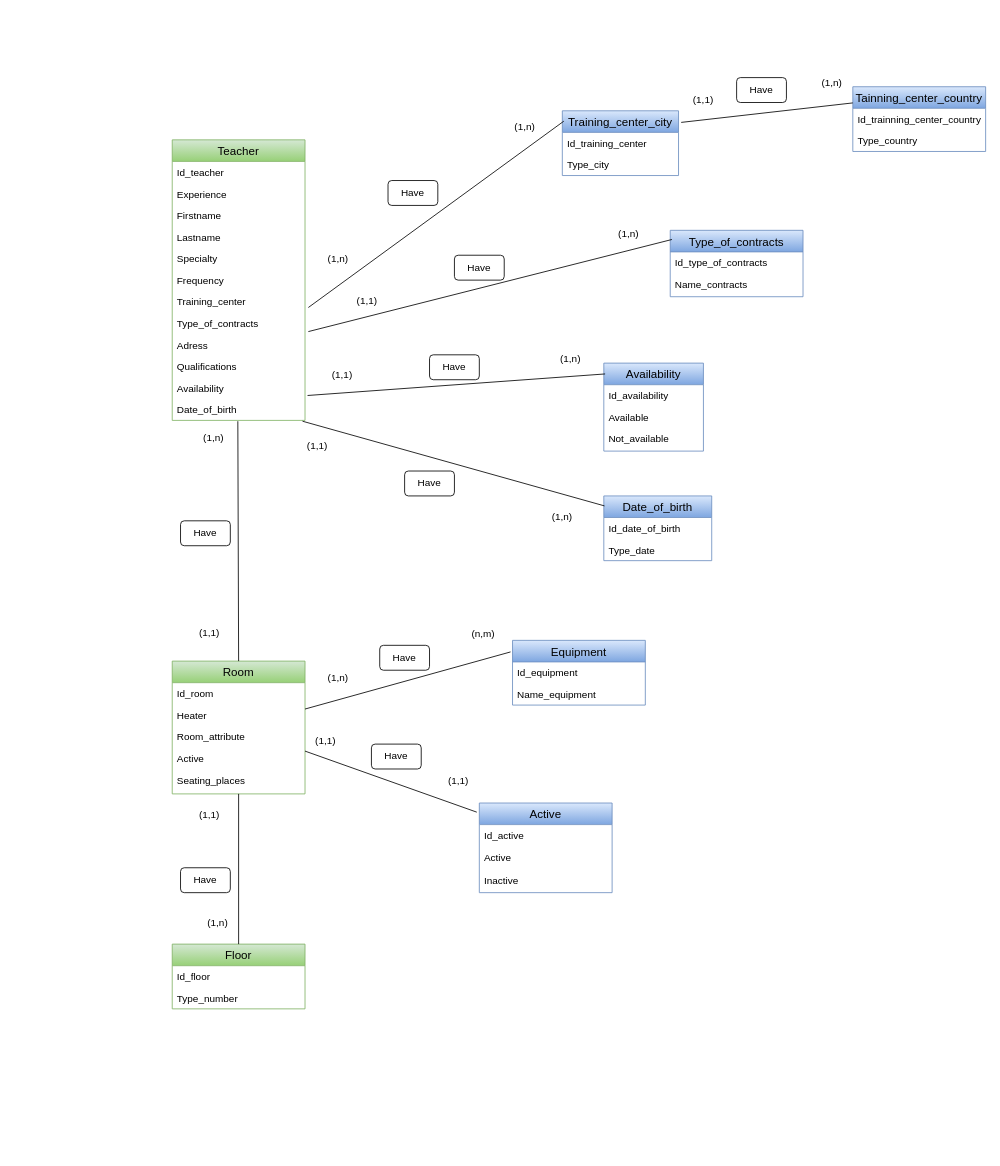
Before: MySQL/Introduction SQL.drawio in Barrkevin/GithubKevin, a draw.io diagram. Source tidied: cells renumbered, new cells numbered last; positions are measured from the earlier drawing's top-left corner, leaving out a move shared by most shapes. Both pictures are drawn from the tidied source at 83%, with x=0, y=0 at pixel (172, 72).
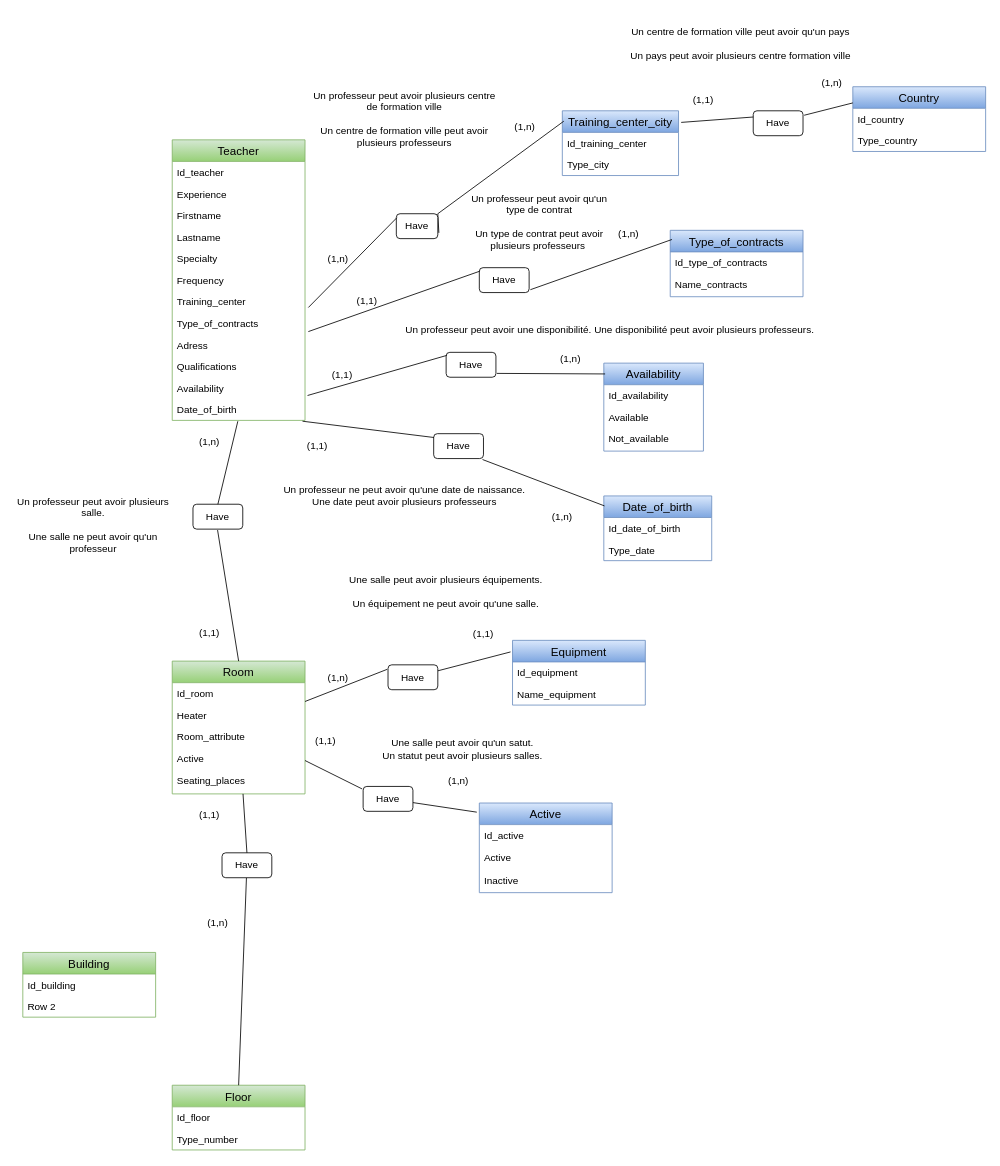
The same diagram, later.

The change refers to these unchanged cells:
```xml
<mxCell id="2" value="Equipment" style="swimlane;fontStyle=0;horizontal=1;startSize=26;fillColor=#dae8fc;swimlaneFillColor=#ffffff;align=center;fontSize=14;strokeColor=#6c8ebf;gradientColor=#7ea6e0;" parent="1" vertex="1">
  <mxGeometry x="410" y="684" width="160" height="78" as="geometry" />
</mxCell>
<mxCell id="5" value="Type_of_contracts" style="swimlane;fontStyle=0;horizontal=1;startSize=26;fillColor=#dae8fc;swimlaneFillColor=#ffffff;align=center;fontSize=14;strokeColor=#6c8ebf;gradientColor=#7ea6e0;" parent="1" vertex="1">
  <mxGeometry x="600" y="190" width="160" height="80" as="geometry" />
</mxCell>
<mxCell id="15" value="Training_center" style="text;strokeColor=none;fillColor=none;spacingLeft=4;spacingRight=4;overflow=hidden;points=[[0,0.5],[1,0.5]];portConstraint=eastwest;fontSize=12;" parent="8" vertex="1">
  <mxGeometry y="182" width="160" height="26" as="geometry" />
</mxCell>
<mxCell id="16" value="Type_of_contracts" style="text;strokeColor=none;fillColor=none;spacingLeft=4;spacingRight=4;overflow=hidden;points=[[0,0.5],[1,0.5]];portConstraint=eastwest;fontSize=12;" parent="8" vertex="1">
  <mxGeometry y="208" width="160" height="26" as="geometry" />
</mxCell>
<mxCell id="19" value="Availability" style="text;strokeColor=none;fillColor=none;spacingLeft=4;spacingRight=4;overflow=hidden;points=[[0,0.5],[1,0.5]];portConstraint=eastwest;fontSize=12;" parent="8" vertex="1">
  <mxGeometry y="286" width="160" height="26" as="geometry" />
</mxCell>
<mxCell id="20" value="Date_of_birth" style="text;strokeColor=none;fillColor=none;spacingLeft=4;spacingRight=4;overflow=hidden;points=[[0,0.5],[1,0.5]];portConstraint=eastwest;fontSize=12;" parent="8" vertex="1">
  <mxGeometry y="312" width="160" height="26" as="geometry" />
</mxCell>
<mxCell id="21" value="Room" style="swimlane;fontStyle=0;horizontal=1;startSize=26;fillColor=#d5e8d4;swimlaneFillColor=#ffffff;align=center;fontSize=14;gradientColor=#97d077;strokeColor=#82b366;" parent="1" vertex="1">
  <mxGeometry y="709" width="160" height="160" as="geometry" />
</mxCell>
<mxCell id="27" value="Availability" style="swimlane;fontStyle=0;horizontal=1;startSize=26;fillColor=#dae8fc;swimlaneFillColor=#ffffff;align=center;fontSize=14;strokeColor=#6c8ebf;gradientColor=#7ea6e0;" parent="1" vertex="1">
  <mxGeometry x="520" y="350" width="120" height="106" as="geometry" />
</mxCell>
<mxCell id="31" value="Training_center_city" style="swimlane;fontStyle=0;horizontal=1;startSize=26;fillColor=#dae8fc;swimlaneFillColor=#ffffff;align=center;fontSize=14;strokeColor=#6c8ebf;gradientColor=#7ea6e0;" parent="1" vertex="1">
  <mxGeometry x="470" y="46" width="140" height="78" as="geometry" />
</mxCell>
<mxCell id="34" value="Active" style="swimlane;fontStyle=0;horizontal=1;startSize=26;fillColor=#dae8fc;swimlaneFillColor=#ffffff;align=center;fontSize=14;strokeColor=#6c8ebf;gradientColor=#7ea6e0;" parent="1" vertex="1">
  <mxGeometry x="370" y="880" width="160" height="108" as="geometry" />
</mxCell>
<mxCell id="41" value="Date_of_birth" style="swimlane;fontStyle=0;horizontal=1;startSize=26;fillColor=#dae8fc;swimlaneFillColor=#ffffff;align=center;fontSize=14;gradientColor=#7ea6e0;strokeColor=#6c8ebf;" parent="1" vertex="1">
  <mxGeometry x="520" y="510" width="130" height="78" as="geometry" />
</mxCell>
```

What changed in the source:
```diff
@@
-    <mxCell id="38" value="Tainning_center_country" style="swimlane;fontStyle=0;horizontal=1;startSize=26;fillColor=#dae8fc;swimlaneFillColor=#ffffff;align=center;fontSize=14;strokeColor=#6c8ebf;gradientColor=#7ea6e0;" parent="1" vertex="1">
+    <mxCell id="38" value="Country" style="swimlane;fontStyle=0;horizontal=1;startSize=26;fillColor=#dae8fc;swimlaneFillColor=#ffffff;align=center;fontSize=14;strokeColor=#6c8ebf;gradientColor=#7ea6e0;" parent="1" vertex="1">
       <mxGeometry x="820" y="17" width="160" height="78" as="geometry" />
     </mxCell>
-    <mxCell id="39" value="Id_trainning_center_country" style="text;strokeColor=none;fillColor=none;spacingLeft=4;spacingRight=4;overflow=hidden;fontSize=12;" parent="38" vertex="1">
+    <mxCell id="39" value="Id_country" style="text;strokeColor=none;fillColor=none;spacingLeft=4;spacingRight=4;overflow=hidden;fontSize=12;" parent="38" vertex="1">
       <mxGeometry y="26" width="160" height="26" as="geometry" />
     </mxCell>
@@
-    <mxCell id="44" style="endArrow=none;html=1;rounded=0;exitX=0.981;exitY=1.038;exitDx=0;exitDy=0;exitPerimeter=0;entryX=0.006;entryY=0.154;entryDx=0;entryDy=0;entryPerimeter=0;" parent="1" edge="1" source="20" target="41">
+    <mxCell id="44" style="endArrow=none;html=1;rounded=0;exitX=0.981;exitY=1.038;exitDx=0;exitDy=0;exitPerimeter=0;entryX=0.006;entryY=0.154;entryDx=0;entryDy=0;entryPerimeter=0;" parent="1" edge="1" source="77" target="41">
       <mxGeometry relative="1" as="geometry" />
     </mxCell>
-    <mxCell id="45" style="endArrow=none;html=1;rounded=0;entryX=0.013;entryY=0.123;entryDx=0;entryDy=0;entryPerimeter=0;exitX=1.019;exitY=0.846;exitDx=0;exitDy=0;exitPerimeter=0;" parent="1" edge="1" source="19" target="27">
+    <mxCell id="45" style="endArrow=none;html=1;rounded=0;entryX=0.013;entryY=0.123;entryDx=0;entryDy=0;entryPerimeter=0;exitX=1.019;exitY=0.846;exitDx=0;exitDy=0;exitPerimeter=0;" parent="1" edge="1" source="78" target="27">
       <mxGeometry relative="1" as="geometry" />
     </mxCell>
-    <mxCell id="46" style="endArrow=none;html=1;rounded=0;entryX=0.013;entryY=0.138;entryDx=0;entryDy=0;entryPerimeter=0;exitX=1.025;exitY=0.885;exitDx=0;exitDy=0;exitPerimeter=0;" parent="1" edge="1" source="16" target="5">
+    <mxCell id="46" style="endArrow=none;html=1;rounded=0;entryX=0.013;entryY=0.138;entryDx=0;entryDy=0;entryPerimeter=0;exitX=1.025;exitY=0.885;exitDx=0;exitDy=0;exitPerimeter=0;" parent="1" edge="1" source="79" target="5">
       <mxGeometry relative="1" as="geometry" />
     </mxCell>
-    <mxCell id="47" style="endArrow=none;html=1;rounded=0;entryX=0.013;entryY=0.16;entryDx=0;entryDy=0;entryPerimeter=0;exitX=1.025;exitY=0.769;exitDx=0;exitDy=0;exitPerimeter=0;" parent="1" edge="1" source="15" target="31">
-      <mxGeometry relative="1" as="geometry" />
+    <mxCell id="47" style="endArrow=none;html=1;rounded=0;entryX=0.013;entryY=0.16;entryDx=0;entryDy=0;entryPerimeter=0;exitX=1.025;exitY=0.769;exitDx=0;exitDy=0;exitPerimeter=0;" parent="1" edge="1" source="80" target="31">
+      <mxGeometry relative="1" as="geometry">
+        <Array as="points">
+          <mxPoint x="320" y="170" />
+        </Array>
+      </mxGeometry>
     </mxCell>
-    <mxCell id="48" style="endArrow=none;html=1;rounded=0;entryX=-0.015;entryY=0.179;entryDx=0;entryDy=0;entryPerimeter=0;" parent="1" edge="1" source="21" target="2">
+    <mxCell id="48" style="endArrow=none;html=1;rounded=0;entryX=-0.015;entryY=0.179;entryDx=0;entryDy=0;entryPerimeter=0;" parent="1" edge="1" source="75" target="2">
       <mxGeometry relative="1" as="geometry" />
     </mxCell>
-    <mxCell id="49" style="endArrow=none;html=1;rounded=0;entryX=-0.019;entryY=0.102;entryDx=0;entryDy=0;entryPerimeter=0;" parent="1" edge="1" source="21" target="34">
+    <mxCell id="49" style="endArrow=none;html=1;rounded=0;entryX=-0.019;entryY=0.102;entryDx=0;entryDy=0;entryPerimeter=0;" parent="1" edge="1" source="76" target="34">
       <mxGeometry relative="1" as="geometry" />
     </mxCell>
@@
-    <mxCell id="54" style="endArrow=none;html=1;rounded=0;exitX=1.023;exitY=0.179;exitDx=0;exitDy=0;exitPerimeter=0;entryX=0;entryY=0.25;entryDx=0;entryDy=0;" parent="1" edge="1" source="31" target="38">
+    <mxCell id="54" style="endArrow=none;html=1;rounded=0;exitX=1.023;exitY=0.179;exitDx=0;exitDy=0;exitPerimeter=0;entryX=0;entryY=0.25;entryDx=0;entryDy=0;" parent="1" edge="1" source="81" target="38">
       <mxGeometry relative="1" as="geometry" />
     </mxCell>
@@
-    <mxCell id="56" value="(1,1)" style="text;html=1;strokeColor=none;fillColor=none;align=center;verticalAlign=middle;whiteSpace=wrap;rounded=0;" parent="1" vertex="1">
+    <mxCell id="56" value="(1,n)" style="text;html=1;strokeColor=none;fillColor=none;align=center;verticalAlign=middle;whiteSpace=wrap;rounded=0;" parent="1" vertex="1">
       <mxGeometry x="320" y="839" width="50" height="30" as="geometry" />
     </mxCell>
@@
-    <mxCell id="58" value="(n,m)" style="text;html=1;strokeColor=none;fillColor=none;align=center;verticalAlign=middle;whiteSpace=wrap;rounded=0;" parent="1" vertex="1">
+    <mxCell id="58" value="(1,1)" style="text;html=1;strokeColor=none;fillColor=none;align=center;verticalAlign=middle;whiteSpace=wrap;rounded=0;" parent="1" vertex="1">
       <mxGeometry x="350" y="660" width="50" height="34" as="geometry" />
     </mxCell>
@@
-    <mxCell id="65" style="endArrow=none;html=1;rounded=0;exitX=0.494;exitY=1.038;exitDx=0;exitDy=0;exitPerimeter=0;entryX=0.5;entryY=0;entryDx=0;entryDy=0;" parent="1" edge="1" source="20" target="21">
+    <mxCell id="65" style="endArrow=none;html=1;rounded=0;exitX=0.494;exitY=1.038;exitDx=0;exitDy=0;exitPerimeter=0;entryX=0.5;entryY=0;entryDx=0;entryDy=0;" parent="1" edge="1" source="82" target="21">
       <mxGeometry relative="1" as="geometry" />
     </mxCell>
     <mxCell id="66" value="(1,n)" style="text;html=1;strokeColor=none;fillColor=none;align=center;verticalAlign=middle;whiteSpace=wrap;rounded=0;" parent="1" vertex="1">
-      <mxGeometry x="30" y="430" width="40" height="20" as="geometry" />
+      <mxGeometry x="20" y="430" width="50" height="30" as="geometry" />
     </mxCell>
@@
     <mxCell id="68" value="Floor" style="swimlane;fontStyle=0;horizontal=1;startSize=26;fillColor=#d5e8d4;swimlaneFillColor=#ffffff;align=center;fontSize=14;gradientColor=#97d077;strokeColor=#82b366;" parent="1" vertex="1">
-      <mxGeometry y="1050" width="160" height="78" as="geometry" />
+      <mxGeometry y="1220" width="160" height="78" as="geometry" />
     </mxCell>
@@
-    <mxCell id="71" style="endArrow=none;html=1;rounded=0;entryX=0.5;entryY=0;entryDx=0;entryDy=0;" parent="1" edge="1" source="21" target="68">
+    <mxCell id="71" style="endArrow=none;html=1;rounded=0;entryX=0.5;entryY=0;entryDx=0;entryDy=0;" parent="1" edge="1" source="74" target="68">
       <mxGeometry relative="1" as="geometry" />
     </mxCell>
@@
+    <mxCell id="79" value="Have" style="rounded=1;whiteSpace=wrap;html=1;" parent="1" vertex="1">
+      <mxGeometry x="370" y="235" width="60" height="30" as="geometry" />
+    </mxCell>
+    <mxCell id="83" style="endArrow=none;html=1;rounded=0;entryX=0.013;entryY=0.138;entryDx=0;entryDy=0;entryPerimeter=0;exitX=1.025;exitY=0.885;exitDx=0;exitDy=0;exitPerimeter=0;" parent="1" edge="1" source="16" target="79">
+      <mxGeometry relative="1" as="geometry" />
+    </mxCell>
+    <mxCell id="81" value="Have" style="rounded=1;whiteSpace=wrap;html=1;" parent="1" vertex="1">
+      <mxGeometry x="700" y="46" width="60" height="30" as="geometry" />
+    </mxCell>
+    <mxCell id="84" style="endArrow=none;html=1;rounded=0;exitX=1.023;exitY=0.179;exitDx=0;exitDy=0;exitPerimeter=0;entryX=0;entryY=0.25;entryDx=0;entryDy=0;" parent="1" edge="1" source="31" target="81">
+      <mxGeometry relative="1" as="geometry" />
+    </mxCell>
+    <mxCell id="77" value="Have" style="rounded=1;whiteSpace=wrap;html=1;" parent="1" vertex="1">
+      <mxGeometry x="315" y="435" width="60" height="30" as="geometry" />
+    </mxCell>
+    <mxCell id="85" style="endArrow=none;html=1;rounded=0;exitX=0.981;exitY=1.038;exitDx=0;exitDy=0;exitPerimeter=0;entryX=0.006;entryY=0.154;entryDx=0;entryDy=0;entryPerimeter=0;" parent="1" edge="1" source="20" target="77">
+      <mxGeometry relative="1" as="geometry" />
+    </mxCell>
+    <mxCell id="80" value="Have" style="rounded=1;whiteSpace=wrap;html=1;" parent="1" vertex="1">
+      <mxGeometry x="270" y="170" width="50" height="30" as="geometry" />
+    </mxCell>
+    <mxCell id="86" style="endArrow=none;html=1;rounded=0;entryX=0.013;entryY=0.16;entryDx=0;entryDy=0;entryPerimeter=0;exitX=1.025;exitY=0.769;exitDx=0;exitDy=0;exitPerimeter=0;" parent="1" edge="1" source="15" target="80">
+      <mxGeometry relative="1" as="geometry" />
+    </mxCell>
+    <mxCell id="78" value="Have" style="rounded=1;whiteSpace=wrap;html=1;" parent="1" vertex="1">
+      <mxGeometry x="330" y="337" width="60" height="30" as="geometry" />
+    </mxCell>
+    <mxCell id="87" style="endArrow=none;html=1;rounded=0;entryX=0.013;entryY=0.123;entryDx=0;entryDy=0;entryPerimeter=0;exitX=1.019;exitY=0.846;exitDx=0;exitDy=0;exitPerimeter=0;" parent="1" edge="1" source="19" target="78">
+      <mxGeometry relative="1" as="geometry" />
+    </mxCell>
+    <mxCell id="82" value="Have" style="rounded=1;whiteSpace=wrap;html=1;" parent="1" vertex="1">
+      <mxGeometry x="25" y="520" width="60" height="30" as="geometry" />
+    </mxCell>
+    <mxCell id="88" style="endArrow=none;html=1;rounded=0;exitX=0.494;exitY=1.038;exitDx=0;exitDy=0;exitPerimeter=0;entryX=0.5;entryY=0;entryDx=0;entryDy=0;" parent="1" edge="1" source="20" target="82">
+      <mxGeometry relative="1" as="geometry" />
+    </mxCell>
+    <mxCell id="75" value="Have" style="rounded=1;whiteSpace=wrap;html=1;" parent="1" vertex="1">
+      <mxGeometry x="260" y="713.5" width="60" height="30" as="geometry" />
+    </mxCell>
+    <mxCell id="89" style="endArrow=none;html=1;rounded=0;entryX=-0.015;entryY=0.179;entryDx=0;entryDy=0;entryPerimeter=0;" parent="1" edge="1" source="21" target="75">
+      <mxGeometry relative="1" as="geometry" />
+    </mxCell>
+    <mxCell id="76" value="Have" style="rounded=1;whiteSpace=wrap;html=1;" parent="1" vertex="1">
+      <mxGeometry x="230" y="860" width="60" height="30" as="geometry" />
+    </mxCell>
+    <mxCell id="90" style="endArrow=none;html=1;rounded=0;entryX=-0.019;entryY=0.102;entryDx=0;entryDy=0;entryPerimeter=0;" parent="1" edge="1" source="21" target="76">
+      <mxGeometry relative="1" as="geometry" />
+    </mxCell>
     <mxCell id="74" value="Have" style="rounded=1;whiteSpace=wrap;html=1;" parent="1" vertex="1">
-      <mxGeometry x="10" y="958" width="60" height="30" as="geometry" />
+      <mxGeometry x="60" y="940" width="60" height="30" as="geometry" />
     </mxCell>
-    <mxCell id="75" value="Have" style="rounded=1;whiteSpace=wrap;html=1;" parent="1" vertex="1">
-      <mxGeometry x="250" y="690" width="60" height="30" as="geometry" />
-    </mxCell>
-    <mxCell id="76" value="Have" style="rounded=1;whiteSpace=wrap;html=1;" parent="1" vertex="1">
-      <mxGeometry x="240" y="809" width="60" height="30" as="geometry" />
-    </mxCell>
-    <mxCell id="77" value="Have" style="rounded=1;whiteSpace=wrap;html=1;" parent="1" vertex="1">
-      <mxGeometry x="280" y="480" width="60" height="30" as="geometry" />
-    </mxCell>
-    <mxCell id="78" value="Have" style="rounded=1;whiteSpace=wrap;html=1;" parent="1" vertex="1">
-      <mxGeometry x="310" y="340" width="60" height="30" as="geometry" />
-    </mxCell>
-    <mxCell id="79" value="Have" style="rounded=1;whiteSpace=wrap;html=1;" parent="1" vertex="1">
-      <mxGeometry x="340" y="220" width="60" height="30" as="geometry" />
-    </mxCell>
-    <mxCell id="80" value="Have" style="rounded=1;whiteSpace=wrap;html=1;" parent="1" vertex="1">
-      <mxGeometry x="260" y="130" width="60" height="30" as="geometry" />
-    </mxCell>
-    <mxCell id="81" value="Have" style="rounded=1;whiteSpace=wrap;html=1;" parent="1" vertex="1">
-      <mxGeometry x="680" y="6" width="60" height="30" as="geometry" />
-    </mxCell>
-    <mxCell id="82" value="Have" style="rounded=1;whiteSpace=wrap;html=1;" parent="1" vertex="1">
-      <mxGeometry x="10" y="540" width="60" height="30" as="geometry" />
-    </mxCell>
+    <mxCell id="91" style="endArrow=none;html=1;rounded=0;entryX=0.5;entryY=0;entryDx=0;entryDy=0;" parent="1" edge="1" source="21" target="74">
+      <mxGeometry relative="1" as="geometry" />
+    </mxCell>
+    <mxCell id="92" value="Building" style="swimlane;fontStyle=0;horizontal=1;startSize=26;fillColor=#d5e8d4;swimlaneFillColor=#ffffff;align=center;fontSize=14;gradientColor=#97d077;strokeColor=#82b366;" parent="1" vertex="1">
+      <mxGeometry x="-180" y="1060" width="160" height="78" as="geometry" />
+    </mxCell>
+    <mxCell id="93" value="Id_building" style="text;strokeColor=none;fillColor=none;spacingLeft=4;spacingRight=4;overflow=hidden;fontSize=12;" parent="92" vertex="1">
+      <mxGeometry y="26" width="160" height="26" as="geometry" />
+    </mxCell>
+    <mxCell id="94" value="Row 2" style="text;strokeColor=none;fillColor=none;spacingLeft=4;spacingRight=4;overflow=hidden;fontSize=12;" parent="92" vertex="1">
+      <mxGeometry y="52" width="160" height="26" as="geometry" />
+    </mxCell>
+    <mxCell id="95" value="Un professeur peut avoir plusieurs centre de formation ville&lt;br&gt;&lt;br&gt;Un centre de formation ville peut avoir plusieurs professeurs" style="text;html=1;strokeColor=none;fillColor=none;align=center;verticalAlign=middle;whiteSpace=wrap;rounded=0;" parent="1" vertex="1">
+      <mxGeometry x="165" y="9.5" width="230" height="93" as="geometry" />
+    </mxCell>
+    <mxCell id="96" value="Un centre de formation ville peut avoir qu'un pays&lt;br&gt;&lt;br&gt;Un pays peut avoir plusieurs centre formation ville" style="text;html=1;strokeColor=none;fillColor=none;align=center;verticalAlign=middle;whiteSpace=wrap;rounded=0;" parent="1" vertex="1">
+      <mxGeometry x="550" y="-70" width="270" height="70" as="geometry" />
+    </mxCell>
+    <mxCell id="97" value="Un professeur peut avoir qu'un type de contrat&lt;br&gt;&lt;br&gt;Un type de contrat peut avoir plusieurs professeurs&amp;nbsp;" style="text;html=1;strokeColor=none;fillColor=none;align=center;verticalAlign=middle;whiteSpace=wrap;rounded=0;" parent="1" vertex="1">
+      <mxGeometry x="355" y="140" width="175" height="80" as="geometry" />
+    </mxCell>
+    <mxCell id="98" value="Un professeur peut avoir une disponibilité. Une disponibilité peut avoir plusieurs professeurs." style="text;html=1;strokeColor=none;fillColor=none;align=center;verticalAlign=middle;whiteSpace=wrap;rounded=0;" parent="1" vertex="1">
+      <mxGeometry x="265" y="280" width="525" height="60" as="geometry" />
+    </mxCell>
+    <mxCell id="99" value="Un professeur ne peut avoir qu'une date de naissance. Une date peut avoir plusieurs professeurs" style="text;html=1;strokeColor=none;fillColor=none;align=center;verticalAlign=middle;whiteSpace=wrap;rounded=0;" parent="1" vertex="1">
+      <mxGeometry x="130" y="480" width="300" height="60" as="geometry" />
+    </mxCell>
+    <mxCell id="100" value="Un professeur peut avoir plusieurs salle.&lt;br&gt;&lt;br&gt;Une salle ne peut avoir qu'un professeur" style="text;html=1;strokeColor=none;fillColor=none;align=center;verticalAlign=middle;whiteSpace=wrap;rounded=0;" parent="1" vertex="1">
+      <mxGeometry x="-190" y="490" width="190" height="110" as="geometry" />
+    </mxCell>
+    <mxCell id="101" value="Une salle peut avoir plusieurs équipements.&lt;br&gt;&lt;br&gt;Un équipement ne peut avoir qu'une salle." style="text;html=1;strokeColor=none;fillColor=none;align=center;verticalAlign=middle;whiteSpace=wrap;rounded=0;" parent="1" vertex="1">
+      <mxGeometry x="210" y="590" width="240" height="70" as="geometry" />
+    </mxCell>
+    <mxCell id="102" value="Une salle peut avoir qu'un satut.&lt;br&gt;Un statut peut avoir plusieurs salles." style="text;html=1;strokeColor=none;fillColor=none;align=center;verticalAlign=middle;whiteSpace=wrap;rounded=0;" parent="1" vertex="1">
+      <mxGeometry x="220" y="790" width="260" height="50" as="geometry" />
+    </mxCell>
```
